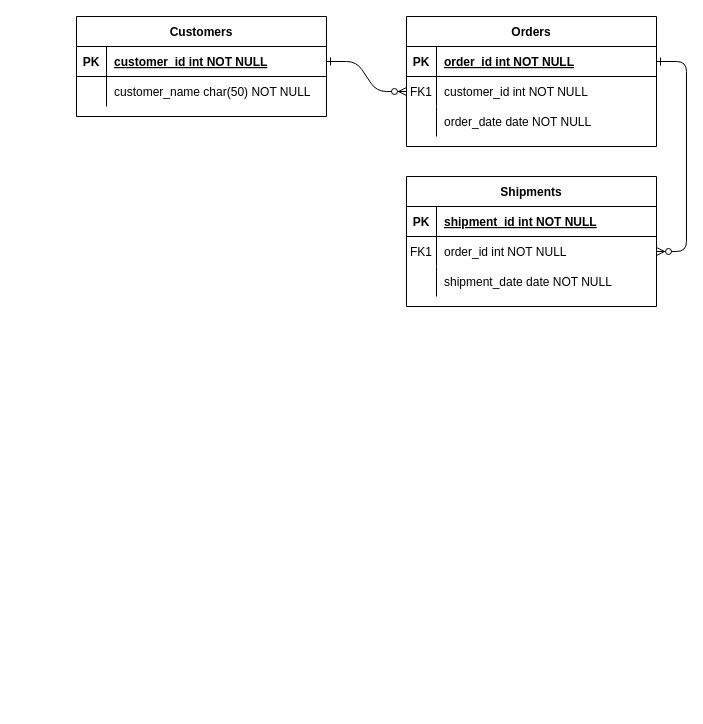
This is 제목 없는 다이어그램.drawio from defkimbyeongju/defkimbyeongju, a draw.io file, before an edit. Source tidied: cells renumbered, new cells numbered last; positions are measured from the earlier drawing's top-left corner, leaving out a move shared by most shapes. Both pictures are drawn from the tidied source at 100%, with x=0, y=0 at pixel (76, 16).
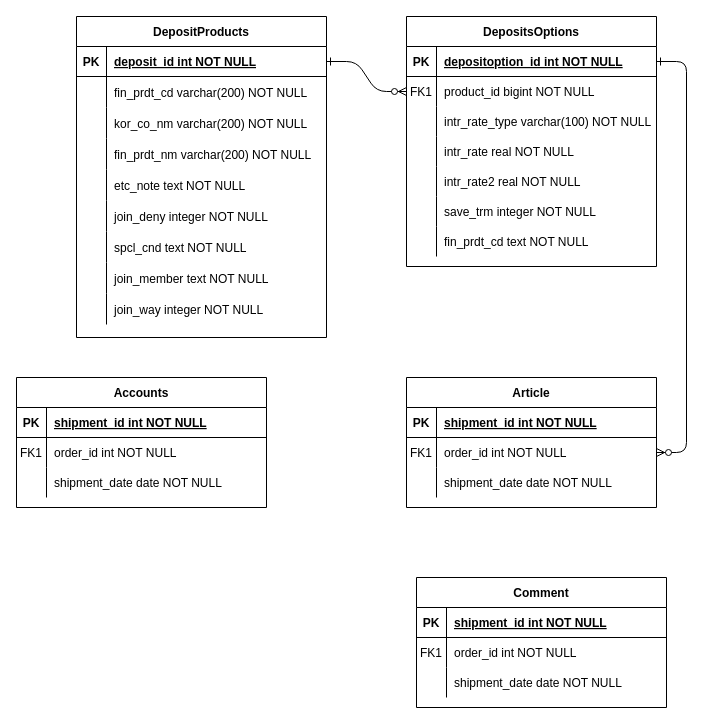
After the change.

Commit message:
관통 ERD 밑그림

The change refers to these unchanged cells:
```xml
<mxCell id="5" style="shape=partialRectangle;fillColor=none;points=[[0,0.5],[1,0.5]];portConstraint=eastwest;top=0;left=0;right=0;bottom=1;" parent="4" vertex="1">
  <mxGeometry y="30" width="250" height="30" as="geometry" />
</mxCell>
<mxCell id="8" style="shape=partialRectangle;fillColor=none;points=[[0,0.5],[1,0.5]];portConstraint=eastwest;top=0;left=0;right=0;bottom=0;" parent="4" vertex="1">
  <mxGeometry y="60" width="250" height="30" as="geometry" />
</mxCell>
<mxCell id="11" style="shape=partialRectangle;fillColor=none;top=0;left=0;right=0;bottom=0;" parent="4" vertex="1">
  <mxGeometry y="90" width="250" height="30" as="geometry" />
</mxCell>
<mxCell id="25" style="shape=partialRectangle;fillColor=none;points=[[0,0.5],[1,0.5]];portConstraint=eastwest;top=0;left=0;right=0;bottom=1;" parent="24" vertex="1">
  <mxGeometry y="30" width="250" height="30" as="geometry" />
</mxCell>
```

Change to the diagram source:
```diff
@@
-    <mxCell id="4" value="Orders" style="shape=table;startSize=30;childLayout=tableLayout;rowLines=0;fontStyle=1;align=center;" parent="1" vertex="1">
-      <mxGeometry x="330" width="250" height="130" as="geometry" />
+    <mxCell id="4" value="DepositsOptions" style="shape=table;startSize=30;childLayout=tableLayout;rowLines=0;fontStyle=1;align=center;" parent="1" vertex="1">
+      <mxGeometry x="330" width="250" height="250" as="geometry" />
     </mxCell>
@@
-    <mxCell id="7" value="order_id int NOT NULL " style="shape=partialRectangle;overflow=hidden;fillColor=none;top=0;left=0;bottom=0;right=0;align=left;spacingLeft=6;fontStyle=5;" parent="5" vertex="1">
+    <mxCell id="7" value="depositoption_id int NOT NULL " style="shape=partialRectangle;overflow=hidden;fillColor=none;top=0;left=0;bottom=0;right=0;align=left;spacingLeft=6;fontStyle=5;" parent="5" vertex="1">
       <mxGeometry x="30" width="220" height="30" as="geometry" />
     </mxCell>
@@
-    <mxCell id="10" value="customer_id int NOT NULL" style="shape=partialRectangle;overflow=hidden;fillColor=none;top=0;left=0;bottom=0;right=0;align=left;spacingLeft=6;" parent="8" vertex="1">
+    <mxCell id="10" value="product_id bigint NOT NULL" style="shape=partialRectangle;overflow=hidden;fillColor=none;top=0;left=0;bottom=0;right=0;align=left;spacingLeft=6;" parent="8" vertex="1">
       <mxGeometry x="30" width="220" height="30" as="geometry" />
     </mxCell>
@@
-    <mxCell id="13" value="order_date date NOT NULL" style="shape=partialRectangle;overflow=hidden;fillColor=none;top=0;left=0;bottom=0;right=0;align=left;spacingLeft=6;" parent="11" vertex="1">
+    <mxCell id="13" value="intr_rate_type varchar(100) NOT NULL" style="shape=partialRectangle;overflow=hidden;fillColor=none;top=0;left=0;bottom=0;right=0;align=left;spacingLeft=6;" parent="11" vertex="1">
       <mxGeometry x="30" width="220" height="30" as="geometry" />
     </mxCell>
+    <mxCell id="31" style="shape=partialRectangle;fillColor=none;top=0;left=0;right=0;bottom=0;" parent="4" vertex="1">
+      <mxGeometry y="120" width="250" height="30" as="geometry" />
+    </mxCell>
+    <mxCell id="32" style="shape=partialRectangle;overflow=hidden;fillColor=none;top=0;left=0;bottom=0;right=0;" parent="31" vertex="1">
+      <mxGeometry width="30" height="30" as="geometry" />
+    </mxCell>
+    <mxCell id="33" value="intr_rate real NOT NULL" style="shape=partialRectangle;overflow=hidden;fillColor=none;top=0;left=0;bottom=0;right=0;align=left;spacingLeft=6;" parent="31" vertex="1">
+      <mxGeometry x="30" width="220" height="30" as="geometry" />
+    </mxCell>
+    <mxCell id="34" style="shape=partialRectangle;fillColor=none;top=0;left=0;right=0;bottom=0;" parent="4" vertex="1">
+      <mxGeometry y="150" width="250" height="30" as="geometry" />
+    </mxCell>
+    <mxCell id="35" style="shape=partialRectangle;overflow=hidden;fillColor=none;top=0;left=0;bottom=0;right=0;" parent="34" vertex="1">
+      <mxGeometry width="30" height="30" as="geometry" />
+    </mxCell>
+    <mxCell id="36" value="intr_rate2 real NOT NULL" style="shape=partialRectangle;overflow=hidden;fillColor=none;top=0;left=0;bottom=0;right=0;align=left;spacingLeft=6;" parent="34" vertex="1">
+      <mxGeometry x="30" width="220" height="30" as="geometry" />
+    </mxCell>
+    <mxCell id="37" style="shape=partialRectangle;fillColor=none;top=0;left=0;right=0;bottom=0;" parent="4" vertex="1">
+      <mxGeometry y="180" width="250" height="30" as="geometry" />
+    </mxCell>
+    <mxCell id="38" style="shape=partialRectangle;overflow=hidden;fillColor=none;top=0;left=0;bottom=0;right=0;" parent="37" vertex="1">
+      <mxGeometry width="30" height="30" as="geometry" />
+    </mxCell>
+    <mxCell id="39" value="save_trm integer NOT NULL" style="shape=partialRectangle;overflow=hidden;fillColor=none;top=0;left=0;bottom=0;right=0;align=left;spacingLeft=6;" parent="37" vertex="1">
+      <mxGeometry x="30" width="220" height="30" as="geometry" />
+    </mxCell>
+    <mxCell id="40" style="shape=partialRectangle;fillColor=none;top=0;left=0;right=0;bottom=0;" parent="4" vertex="1">
+      <mxGeometry y="210" width="250" height="30" as="geometry" />
+    </mxCell>
+    <mxCell id="41" style="shape=partialRectangle;overflow=hidden;fillColor=none;top=0;left=0;bottom=0;right=0;" parent="40" vertex="1">
+      <mxGeometry width="30" height="30" as="geometry" />
+    </mxCell>
+    <mxCell id="42" value="fin_prdt_cd text NOT NULL" style="shape=partialRectangle;overflow=hidden;fillColor=none;top=0;left=0;bottom=0;right=0;align=left;spacingLeft=6;" parent="40" vertex="1">
+      <mxGeometry x="30" width="220" height="30" as="geometry" />
+    </mxCell>
-    <mxCell id="14" value="Shipments" style="shape=table;startSize=30;childLayout=tableLayout;rowLines=0;fontStyle=1;align=center;" parent="1" vertex="1">
-      <mxGeometry x="330" y="160" width="250" height="130" as="geometry" />
+    <mxCell id="14" value="Article" style="shape=table;startSize=30;childLayout=tableLayout;rowLines=0;fontStyle=1;align=center;" parent="1" vertex="1">
+      <mxGeometry x="330" y="361" width="250" height="130" as="geometry" />
     </mxCell>
@@
-    <mxCell id="24" value="Customers" style="shape=table;startSize=30;childLayout=tableLayout;rowLines=0;fontStyle=1;align=center;" parent="1" vertex="1">
-      <mxGeometry width="250" height="100" as="geometry" />
+    <mxCell id="24" value="DepositProducts" style="shape=table;startSize=30;childLayout=tableLayout;rowLines=0;fontStyle=1;align=center;" parent="1" vertex="1">
+      <mxGeometry width="250" height="321" as="geometry" />
     </mxCell>
@@
-    <mxCell id="27" value="customer_id int NOT NULL " style="shape=partialRectangle;overflow=hidden;fillColor=none;top=0;left=0;bottom=0;right=0;align=left;spacingLeft=6;fontStyle=5;" parent="25" vertex="1">
+    <mxCell id="27" value="deposit_id int NOT NULL " style="shape=partialRectangle;overflow=hidden;fillColor=none;top=0;left=0;bottom=0;right=0;align=left;spacingLeft=6;fontStyle=5;" parent="25" vertex="1">
       <mxGeometry x="30" width="220" height="30" as="geometry" />
     </mxCell>
     <mxCell id="28" style="shape=partialRectangle;fillColor=none;top=0;left=0;right=0;bottom=0;" parent="24" vertex="1">
-      <mxGeometry y="60" width="250" height="30" as="geometry" />
+      <mxGeometry y="60" width="250" height="31" as="geometry" />
     </mxCell>
     <mxCell id="29" style="shape=partialRectangle;overflow=hidden;fillColor=none;top=0;left=0;bottom=0;right=0;" parent="28" vertex="1">
-      <mxGeometry width="30" height="30" as="geometry" />
+      <mxGeometry width="30" height="31" as="geometry" />
     </mxCell>
-    <mxCell id="30" value="customer_name char(50) NOT NULL" style="shape=partialRectangle;overflow=hidden;fillColor=none;top=0;left=0;bottom=0;right=0;align=left;spacingLeft=6;" parent="28" vertex="1">
-      <mxGeometry x="30" width="220" height="30" as="geometry" />
+    <mxCell id="30" value="fin_prdt_cd varchar(200) NOT NULL" style="shape=partialRectangle;overflow=hidden;fillColor=none;top=0;left=0;bottom=0;right=0;align=left;spacingLeft=6;" parent="28" vertex="1">
+      <mxGeometry x="30" width="220" height="31" as="geometry" />
     </mxCell>
+    <mxCell id="43" style="shape=partialRectangle;fillColor=none;top=0;left=0;right=0;bottom=0;" parent="24" vertex="1">
+      <mxGeometry y="91" width="250" height="31" as="geometry" />
+    </mxCell>
+    <mxCell id="44" style="shape=partialRectangle;overflow=hidden;fillColor=none;top=0;left=0;bottom=0;right=0;" parent="43" vertex="1">
+      <mxGeometry width="30" height="31" as="geometry" />
+    </mxCell>
+    <mxCell id="45" value="kor_co_nm varchar(200) NOT NULL" style="shape=partialRectangle;overflow=hidden;fillColor=none;top=0;left=0;bottom=0;right=0;align=left;spacingLeft=6;" parent="43" vertex="1">
+      <mxGeometry x="30" width="220" height="31" as="geometry" />
+    </mxCell>
+    <mxCell id="46" style="shape=partialRectangle;fillColor=none;top=0;left=0;right=0;bottom=0;" parent="24" vertex="1">
+      <mxGeometry y="122" width="250" height="31" as="geometry" />
+    </mxCell>
+    <mxCell id="47" style="shape=partialRectangle;overflow=hidden;fillColor=none;top=0;left=0;bottom=0;right=0;" parent="46" vertex="1">
+      <mxGeometry width="30" height="31" as="geometry" />
+    </mxCell>
+    <mxCell id="48" value="fin_prdt_nm varchar(200) NOT NULL" style="shape=partialRectangle;overflow=hidden;fillColor=none;top=0;left=0;bottom=0;right=0;align=left;spacingLeft=6;" parent="46" vertex="1">
+      <mxGeometry x="30" width="220" height="31" as="geometry" />
+    </mxCell>
+    <mxCell id="49" style="shape=partialRectangle;fillColor=none;top=0;left=0;right=0;bottom=0;" parent="24" vertex="1">
+      <mxGeometry y="153" width="250" height="31" as="geometry" />
+    </mxCell>
+    <mxCell id="50" style="shape=partialRectangle;overflow=hidden;fillColor=none;top=0;left=0;bottom=0;right=0;" parent="49" vertex="1">
+      <mxGeometry width="30" height="31" as="geometry" />
+    </mxCell>
+    <mxCell id="51" value="etc_note text NOT NULL" style="shape=partialRectangle;overflow=hidden;fillColor=none;top=0;left=0;bottom=0;right=0;align=left;spacingLeft=6;" parent="49" vertex="1">
+      <mxGeometry x="30" width="220" height="31" as="geometry" />
+    </mxCell>
+    <mxCell id="52" style="shape=partialRectangle;fillColor=none;top=0;left=0;right=0;bottom=0;" parent="24" vertex="1">
+      <mxGeometry y="184" width="250" height="31" as="geometry" />
+    </mxCell>
+    <mxCell id="53" style="shape=partialRectangle;overflow=hidden;fillColor=none;top=0;left=0;bottom=0;right=0;" parent="52" vertex="1">
+      <mxGeometry width="30" height="31" as="geometry" />
+    </mxCell>
+    <mxCell id="54" value="join_deny integer NOT NULL" style="shape=partialRectangle;overflow=hidden;fillColor=none;top=0;left=0;bottom=0;right=0;align=left;spacingLeft=6;" parent="52" vertex="1">
+      <mxGeometry x="30" width="220" height="31" as="geometry" />
+    </mxCell>
+    <mxCell id="55" style="shape=partialRectangle;fillColor=none;top=0;left=0;right=0;bottom=0;" parent="24" vertex="1">
+      <mxGeometry y="215" width="250" height="31" as="geometry" />
+    </mxCell>
+    <mxCell id="56" style="shape=partialRectangle;overflow=hidden;fillColor=none;top=0;left=0;bottom=0;right=0;" parent="55" vertex="1">
+      <mxGeometry width="30" height="31" as="geometry" />
+    </mxCell>
+    <mxCell id="57" value="spcl_cnd text NOT NULL" style="shape=partialRectangle;overflow=hidden;fillColor=none;top=0;left=0;bottom=0;right=0;align=left;spacingLeft=6;" parent="55" vertex="1">
+      <mxGeometry x="30" width="220" height="31" as="geometry" />
+    </mxCell>
+    <mxCell id="58" style="shape=partialRectangle;fillColor=none;top=0;left=0;right=0;bottom=0;" parent="24" vertex="1">
+      <mxGeometry y="246" width="250" height="31" as="geometry" />
+    </mxCell>
+    <mxCell id="59" style="shape=partialRectangle;overflow=hidden;fillColor=none;top=0;left=0;bottom=0;right=0;" parent="58" vertex="1">
+      <mxGeometry width="30" height="31" as="geometry" />
+    </mxCell>
+    <mxCell id="60" value="join_member text NOT NULL" style="shape=partialRectangle;overflow=hidden;fillColor=none;top=0;left=0;bottom=0;right=0;align=left;spacingLeft=6;" parent="58" vertex="1">
+      <mxGeometry x="30" width="220" height="31" as="geometry" />
+    </mxCell>
+    <mxCell id="61" style="shape=partialRectangle;fillColor=none;top=0;left=0;right=0;bottom=0;" parent="24" vertex="1">
+      <mxGeometry y="277" width="250" height="31" as="geometry" />
+    </mxCell>
+    <mxCell id="62" style="shape=partialRectangle;overflow=hidden;fillColor=none;top=0;left=0;bottom=0;right=0;" parent="61" vertex="1">
+      <mxGeometry width="30" height="31" as="geometry" />
+    </mxCell>
+    <mxCell id="63" value="join_way integer NOT NULL" style="shape=partialRectangle;overflow=hidden;fillColor=none;top=0;left=0;bottom=0;right=0;align=left;spacingLeft=6;" parent="61" vertex="1">
+      <mxGeometry x="30" width="220" height="31" as="geometry" />
+    </mxCell>
+    <mxCell id="64" value="Accounts" style="shape=table;startSize=30;childLayout=tableLayout;rowLines=0;fontStyle=1;align=center;" parent="1" vertex="1">
+      <mxGeometry x="-60" y="361" width="250" height="130" as="geometry" />
+    </mxCell>
+    <mxCell id="65" style="shape=partialRectangle;fillColor=none;top=0;left=0;right=0;bottom=1;" parent="64" vertex="1">
+      <mxGeometry y="30" width="250" height="30" as="geometry" />
+    </mxCell>
+    <mxCell id="66" value="PK" style="shape=partialRectangle;overflow=hidden;fillColor=none;top=0;left=0;bottom=0;right=0;fontStyle=1;" parent="65" vertex="1">
+      <mxGeometry width="30" height="30" as="geometry" />
+    </mxCell>
+    <mxCell id="67" value="shipment_id int NOT NULL " style="shape=partialRectangle;overflow=hidden;fillColor=none;top=0;left=0;bottom=0;right=0;align=left;spacingLeft=6;fontStyle=5;" parent="65" vertex="1">
+      <mxGeometry x="30" width="220" height="30" as="geometry" />
+    </mxCell>
+    <mxCell id="68" style="shape=partialRectangle;fillColor=none;top=0;left=0;right=0;bottom=0;" parent="64" vertex="1">
+      <mxGeometry y="60" width="250" height="30" as="geometry" />
+    </mxCell>
+    <mxCell id="69" value="FK1" style="shape=partialRectangle;overflow=hidden;fillColor=none;top=0;left=0;bottom=0;right=0;" parent="68" vertex="1">
+      <mxGeometry width="30" height="30" as="geometry" />
+    </mxCell>
+    <mxCell id="70" value="order_id int NOT NULL" style="shape=partialRectangle;overflow=hidden;fillColor=none;top=0;left=0;bottom=0;right=0;align=left;spacingLeft=6;" parent="68" vertex="1">
+      <mxGeometry x="30" width="220" height="30" as="geometry" />
+    </mxCell>
+    <mxCell id="71" style="shape=partialRectangle;fillColor=none;top=0;left=0;right=0;bottom=0;" parent="64" vertex="1">
+      <mxGeometry y="90" width="250" height="30" as="geometry" />
+    </mxCell>
+    <mxCell id="72" style="shape=partialRectangle;overflow=hidden;fillColor=none;top=0;left=0;bottom=0;right=0;" parent="71" vertex="1">
+      <mxGeometry width="30" height="30" as="geometry" />
+    </mxCell>
+    <mxCell id="73" value="shipment_date date NOT NULL" style="shape=partialRectangle;overflow=hidden;fillColor=none;top=0;left=0;bottom=0;right=0;align=left;spacingLeft=6;" parent="71" vertex="1">
+      <mxGeometry x="30" width="220" height="30" as="geometry" />
+    </mxCell>
+    <mxCell id="74" value="Comment" style="shape=table;startSize=30;childLayout=tableLayout;rowLines=0;fontStyle=1;align=center;" parent="1" vertex="1">
+      <mxGeometry x="340" y="561" width="250" height="130" as="geometry" />
+    </mxCell>
+    <mxCell id="75" style="shape=partialRectangle;fillColor=none;top=0;left=0;right=0;bottom=1;" parent="74" vertex="1">
+      <mxGeometry y="30" width="250" height="30" as="geometry" />
+    </mxCell>
+    <mxCell id="76" value="PK" style="shape=partialRectangle;overflow=hidden;fillColor=none;top=0;left=0;bottom=0;right=0;fontStyle=1;" parent="75" vertex="1">
+      <mxGeometry width="30" height="30" as="geometry" />
+    </mxCell>
+    <mxCell id="77" value="shipment_id int NOT NULL " style="shape=partialRectangle;overflow=hidden;fillColor=none;top=0;left=0;bottom=0;right=0;align=left;spacingLeft=6;fontStyle=5;" parent="75" vertex="1">
+      <mxGeometry x="30" width="220" height="30" as="geometry" />
+    </mxCell>
+    <mxCell id="78" style="shape=partialRectangle;fillColor=none;top=0;left=0;right=0;bottom=0;" parent="74" vertex="1">
+      <mxGeometry y="60" width="250" height="30" as="geometry" />
+    </mxCell>
+    <mxCell id="79" value="FK1" style="shape=partialRectangle;overflow=hidden;fillColor=none;top=0;left=0;bottom=0;right=0;" parent="78" vertex="1">
+      <mxGeometry width="30" height="30" as="geometry" />
+    </mxCell>
+    <mxCell id="80" value="order_id int NOT NULL" style="shape=partialRectangle;overflow=hidden;fillColor=none;top=0;left=0;bottom=0;right=0;align=left;spacingLeft=6;" parent="78" vertex="1">
+      <mxGeometry x="30" width="220" height="30" as="geometry" />
+    </mxCell>
+    <mxCell id="81" style="shape=partialRectangle;fillColor=none;top=0;left=0;right=0;bottom=0;" parent="74" vertex="1">
+      <mxGeometry y="90" width="250" height="30" as="geometry" />
+    </mxCell>
+    <mxCell id="82" style="shape=partialRectangle;overflow=hidden;fillColor=none;top=0;left=0;bottom=0;right=0;" parent="81" vertex="1">
+      <mxGeometry width="30" height="30" as="geometry" />
+    </mxCell>
+    <mxCell id="83" value="shipment_date date NOT NULL" style="shape=partialRectangle;overflow=hidden;fillColor=none;top=0;left=0;bottom=0;right=0;align=left;spacingLeft=6;" parent="81" vertex="1">
+      <mxGeometry x="30" width="220" height="30" as="geometry" />
+    </mxCell>
```
